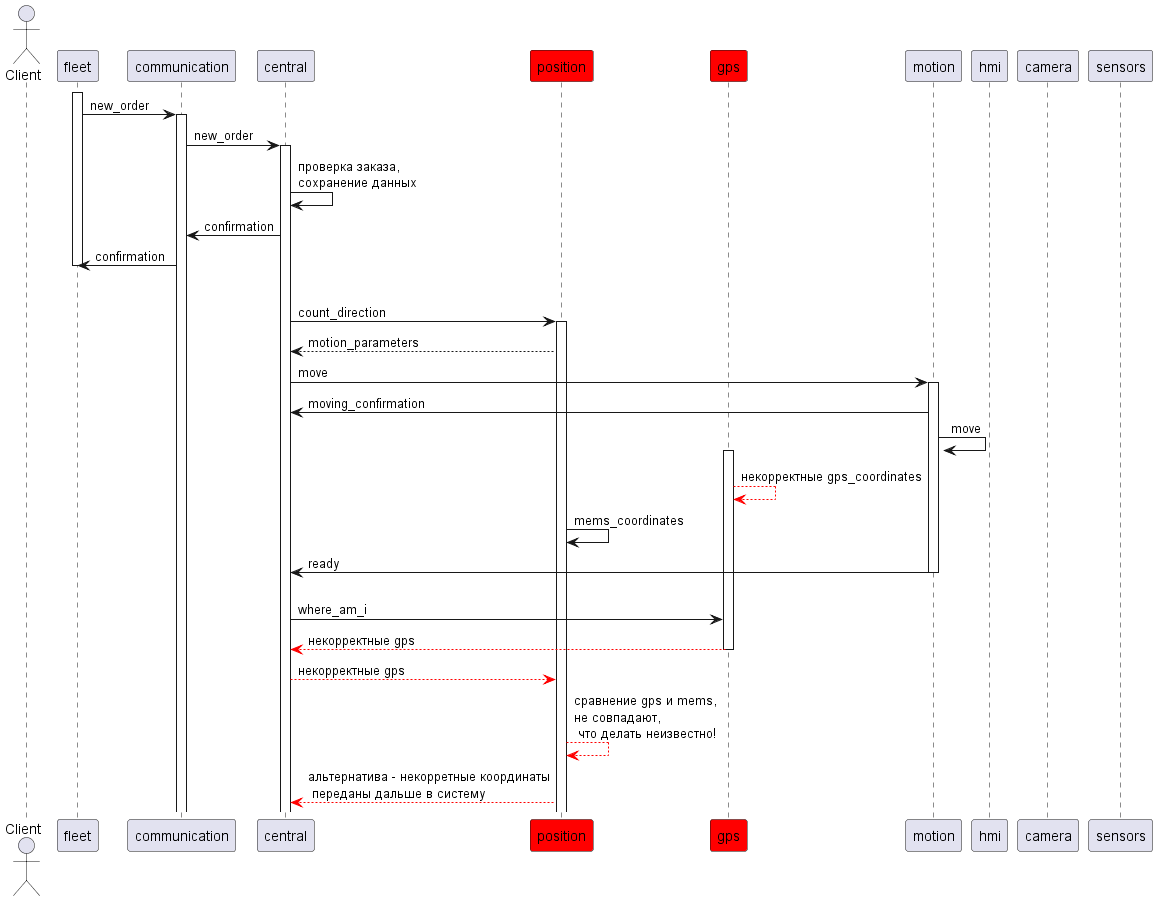
This is pics/sd_12.png from Fishonground/Delivery, a PlantUML export, as it was before one commit.
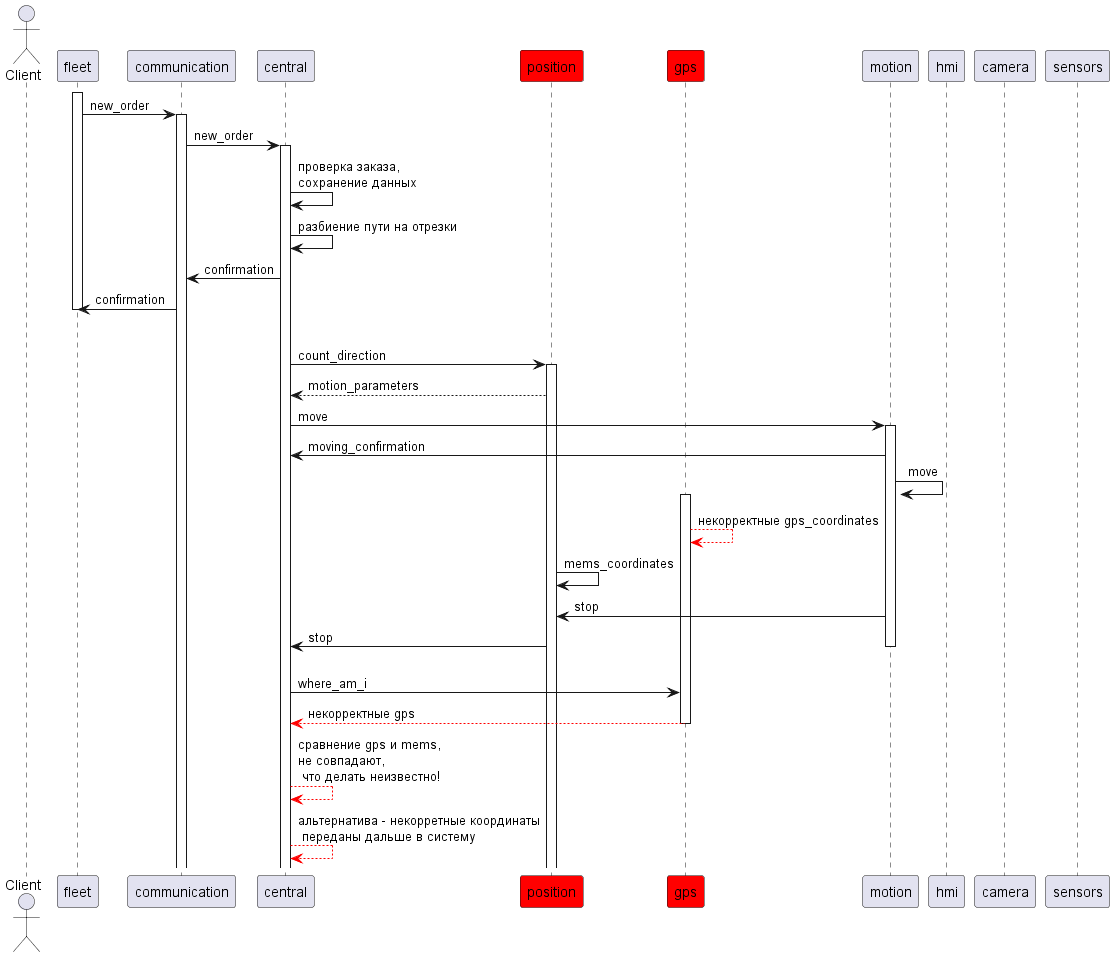
After the change.

Change to the diagram source:
```diff
@@ -15,6 +15,8 @@
 fleet -> communication++: new_order
 communication -> central++: new_order
 central -> central: проверка заказа,\nсохранение данных
+
+central -> central: разбиение пути на отрезки
 central -> communication: confirmation
 communication -> fleet: confirmation
 fleet --
@@ -28,14 +30,14 @@
 gps++
 gps -[#red]-> gps: некорректные gps_coordinates
 position -> position: mems_coordinates
-motion -> central: ready
+motion -> position: stop
+position -> central: stop
 else проверка, куда прибыл робот
 motion--
 central -> gps: where_am_i
 gps -[#red]-> central: некорректные gps
 gps--
-central -[#red]-> position: некорректные gps
-position -[#red]-> position: сравнение gps и mems,\nне совпадают,\n что делать неизвестно!
-position -[#red]-> central: альтернатива - некорретные координаты\n переданы дальше в систему
+central -[#red]-> central: сравнение gps и mems,\nне совпадают,\n что делать неизвестно!
+central -[#red]-> central: альтернатива - некорретные координаты\n переданы дальше в систему
 
 @enduml
```
